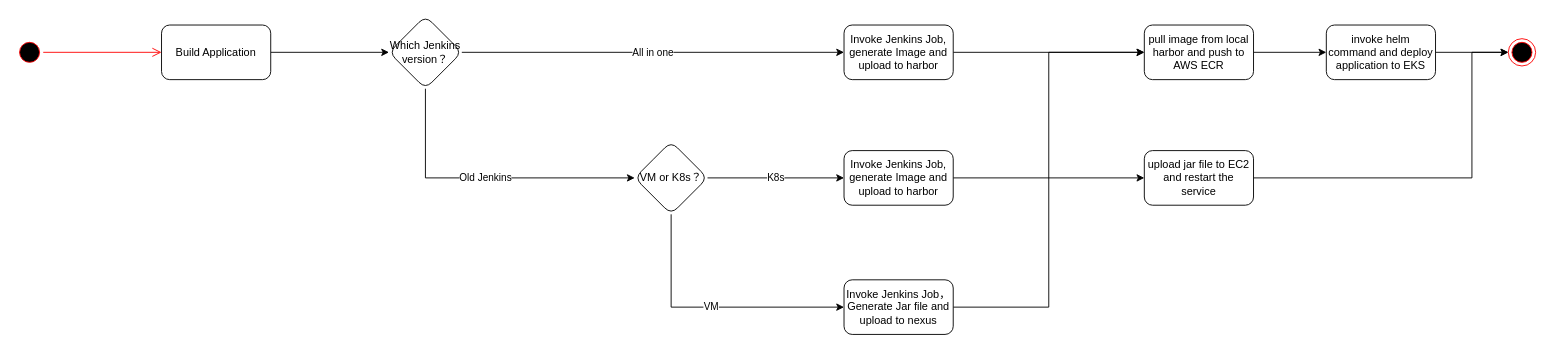
The draw.io diagram CAPPSIT.drawio in dosjia/chart, before the edit. Source tidied: cells renumbered, new cells numbered last; positions are measured from the earlier drawing's top-left corner, leaving out a move shared by most shapes. Both pictures are drawn from the tidied source at 91%, with x=0, y=0 at pixel (15, 15).
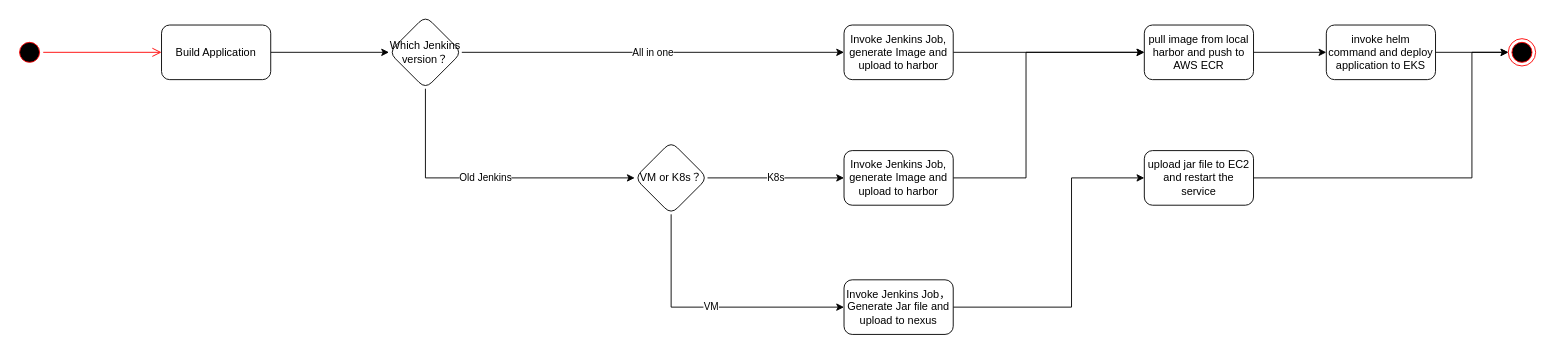
Above is the later version.

The change refers to these unchanged cells:
```xml
<mxCell id="14" value="Invoke Jenkins Job， Generate Jar file and upload to nexus" style="whiteSpace=wrap;html=1;rounded=1;" parent="1" vertex="1">
  <mxGeometry x="910" y="290" width="120" height="60" as="geometry" />
</mxCell>
<mxCell id="16" value="Invoke Jenkins Job, generate Image and upload to harbor" style="whiteSpace=wrap;html=1;rounded=1;" parent="1" vertex="1">
  <mxGeometry x="910" y="148" width="120" height="60" as="geometry" />
</mxCell>
<mxCell id="18" value="pull image from local harbor and push to AWS ECR" style="whiteSpace=wrap;html=1;rounded=1;" parent="1" vertex="1">
  <mxGeometry x="1240" y="10" width="120" height="60" as="geometry" />
</mxCell>
<mxCell id="22" value="upload jar file to EC2 and restart the service" style="whiteSpace=wrap;html=1;rounded=1;" parent="1" vertex="1">
  <mxGeometry x="1240" y="148" width="120" height="60" as="geometry" />
</mxCell>
```

What changed in the source:
```diff
@@
-    <mxCell id="13" style="edgeStyle=orthogonalEdgeStyle;rounded=0;jettySize=auto;html=1;exitX=1;exitY=0.5;exitDx=0;exitDy=0;entryX=0;entryY=0.5;entryDx=0;entryDy=0;" parent="1" edge="1" source="14" target="18">
-      <mxGeometry relative="1" as="geometry" />
+    <mxCell id="13" style="edgeStyle=orthogonalEdgeStyle;rounded=0;jettySize=auto;html=1;exitX=1;exitY=0.5;exitDx=0;exitDy=0;entryX=0;entryY=0.5;entryDx=0;entryDy=0;" parent="1" edge="1" source="14" target="22">
+      <mxGeometry relative="1" as="geometry">
+        <Array as="points">
+          <mxPoint x="1160" y="320" />
+          <mxPoint x="1160" y="178" />
+        </Array>
+      </mxGeometry>
     </mxCell>
@@
-    <mxCell id="15" style="edgeStyle=orthogonalEdgeStyle;rounded=0;jettySize=auto;html=1;" parent="1" edge="1" source="16" target="22">
-      <mxGeometry relative="1" as="geometry" />
+    <mxCell id="15" style="edgeStyle=orthogonalEdgeStyle;rounded=0;jettySize=auto;html=1;entryX=0;entryY=0.5;entryDx=0;entryDy=0;" parent="1" edge="1" source="16" target="18">
+      <mxGeometry relative="1" as="geometry">
+        <Array as="points">
+          <mxPoint x="1110" y="178" />
+          <mxPoint x="1110" y="40" />
+        </Array>
+      </mxGeometry>
     </mxCell>
```
